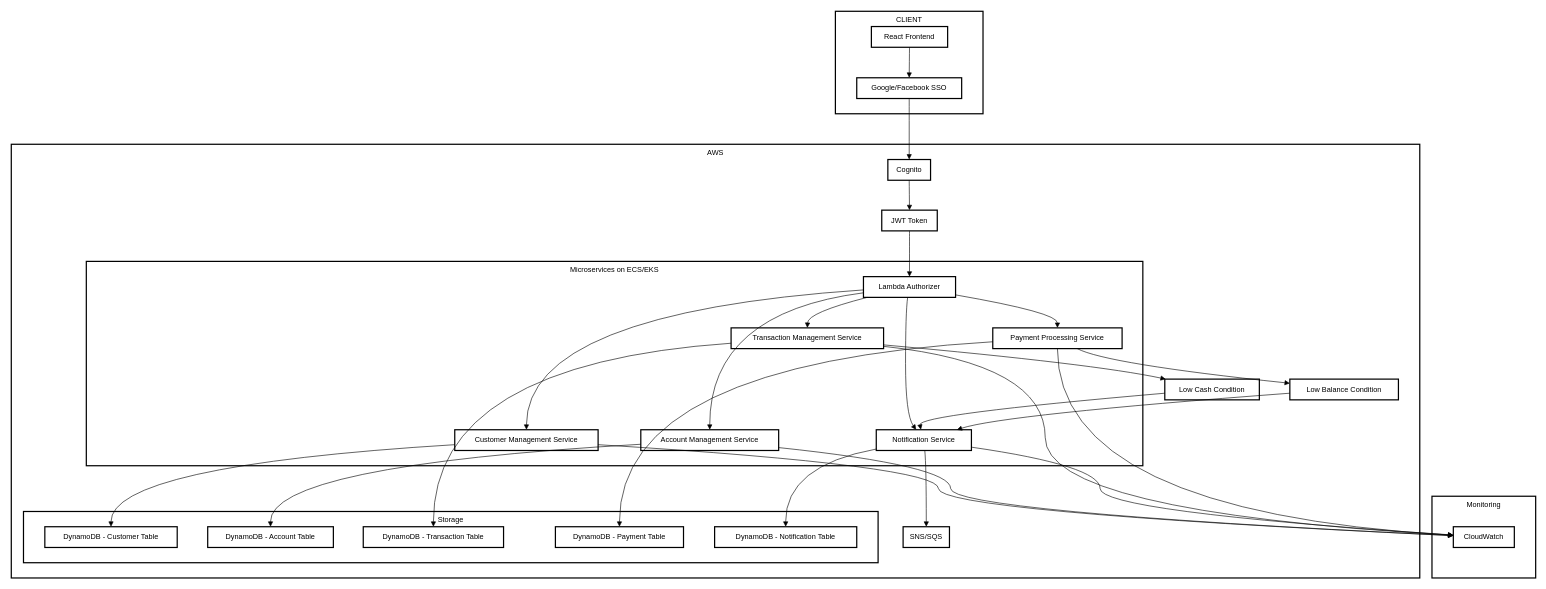
Earlier version of the draw.io diagram page "Page-4" (2 of 8) of AcmeBank-Oauth2.0.drawio (rajeevattu/starter-rest-api). Source tidied: cells renumbered, new cells numbered last; positions are measured from the earlier drawing's top-left corner, leaving out a move shared by most shapes. Both pictures are drawn from the tidied source at 61%, with x=0, y=0 at pixel (11, 11).
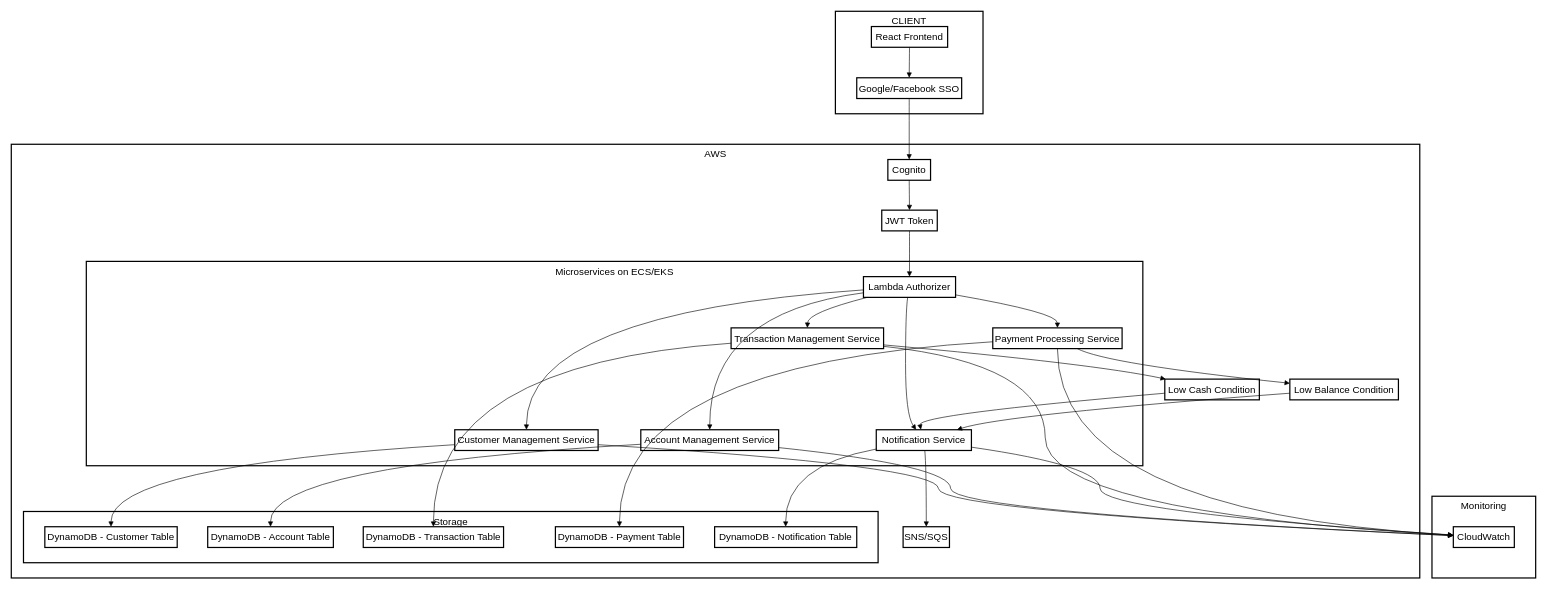
The same diagram, later.

Diff of the diagram source:
```diff
@@
-    <mxCell id="2" value="Monitoring" style="whiteSpace=wrap;strokeWidth=2;verticalAlign=top;" parent="1" vertex="1">
+    <mxCell id="2" value="Monitoring" style="whiteSpace=wrap;strokeWidth=2;verticalAlign=top;fontSize=16;" parent="1" vertex="1">
       <mxGeometry x="2329" y="795" width="170" height="134" as="geometry" />
     </mxCell>
-    <mxCell id="3" value="CloudWatch" style="whiteSpace=wrap;strokeWidth=2;" parent="1" vertex="1">
+    <mxCell id="3" value="CloudWatch" style="whiteSpace=wrap;strokeWidth=2;fontSize=16;" parent="1" vertex="1">
       <mxGeometry x="2364" y="845" width="100" height="34" as="geometry" />
     </mxCell>
-    <mxCell id="4" value="AWS" style="whiteSpace=wrap;strokeWidth=2;verticalAlign=top;" parent="1" vertex="1">
+    <mxCell id="4" value="AWS" style="whiteSpace=wrap;strokeWidth=2;verticalAlign=top;fontSize=16;" parent="1" vertex="1">
       <mxGeometry y="218" width="2309" height="711" as="geometry" />
     </mxCell>
-    <mxCell id="5" value="Cognito" style="whiteSpace=wrap;strokeWidth=2;" parent="1" vertex="1">
+    <mxCell id="5" value="Cognito" style="whiteSpace=wrap;strokeWidth=2;fontSize=16;" parent="1" vertex="1">
       <mxGeometry x="1437" y="243" width="70" height="34" as="geometry" />
     </mxCell>
-    <mxCell id="6" value="JWT Token" style="whiteSpace=wrap;strokeWidth=2;" parent="1" vertex="1">
+    <mxCell id="6" value="JWT Token" style="whiteSpace=wrap;strokeWidth=2;fontSize=16;" parent="1" vertex="1">
       <mxGeometry x="1427" y="326" width="91" height="34" as="geometry" />
     </mxCell>
-    <mxCell id="7" value="Microservices on ECS/EKS" style="whiteSpace=wrap;strokeWidth=2;verticalAlign=top;" parent="1" vertex="1">
+    <mxCell id="7" value="Microservices on ECS/EKS" style="whiteSpace=wrap;strokeWidth=2;verticalAlign=top;fontSize=16;" parent="1" vertex="1">
       <mxGeometry x="123" y="410" width="1732" height="335" as="geometry" />
     </mxCell>
-    <mxCell id="8" value="Storage" style="whiteSpace=wrap;strokeWidth=2;verticalAlign=top;" parent="1" vertex="1">
+    <mxCell id="8" value="Storage" style="whiteSpace=wrap;strokeWidth=2;verticalAlign=top;fontSize=16;" parent="1" vertex="1">
       <mxGeometry x="20" y="820" width="1401" height="84" as="geometry" />
     </mxCell>
-    <mxCell id="9" value="Low Cash Condition" style="whiteSpace=wrap;strokeWidth=2;" parent="1" vertex="1">
+    <mxCell id="9" value="Low Cash Condition" style="whiteSpace=wrap;strokeWidth=2;fontSize=16;" parent="1" vertex="1">
       <mxGeometry x="1891" y="603" width="155" height="34" as="geometry" />
     </mxCell>
-    <mxCell id="10" value="Low Balance Condition" style="whiteSpace=wrap;strokeWidth=2;" parent="1" vertex="1">
+    <mxCell id="10" value="Low Balance Condition" style="whiteSpace=wrap;strokeWidth=2;fontSize=16;" parent="1" vertex="1">
       <mxGeometry x="2096" y="603" width="178" height="34" as="geometry" />
     </mxCell>
-    <mxCell id="11" value="SNS/SQS" style="whiteSpace=wrap;strokeWidth=2;" parent="1" vertex="1">
+    <mxCell id="11" value="SNS/SQS" style="whiteSpace=wrap;strokeWidth=2;fontSize=16;" parent="1" vertex="1">
       <mxGeometry x="1462" y="845" width="76" height="34" as="geometry" />
     </mxCell>
-    <mxCell id="12" value="DynamoDB - Customer Table" style="whiteSpace=wrap;strokeWidth=2;" parent="1" vertex="1">
+    <mxCell id="12" value="DynamoDB - Customer Table" style="whiteSpace=wrap;strokeWidth=2;fontSize=16;" parent="1" vertex="1">
       <mxGeometry x="55" y="845" width="217" height="34" as="geometry" />
     </mxCell>
-    <mxCell id="13" value="DynamoDB - Account Table" style="whiteSpace=wrap;strokeWidth=2;" parent="1" vertex="1">
+    <mxCell id="13" value="DynamoDB - Account Table" style="whiteSpace=wrap;strokeWidth=2;fontSize=16;" parent="1" vertex="1">
       <mxGeometry x="322" y="845" width="206" height="34" as="geometry" />
     </mxCell>
-    <mxCell id="14" value="DynamoDB - Transaction Table" style="whiteSpace=wrap;strokeWidth=2;" parent="1" vertex="1">
+    <mxCell id="14" value="DynamoDB - Transaction Table" style="whiteSpace=wrap;strokeWidth=2;fontSize=16;" parent="1" vertex="1">
       <mxGeometry x="577" y="845" width="230" height="34" as="geometry" />
     </mxCell>
-    <mxCell id="15" value="DynamoDB - Payment Table" style="whiteSpace=wrap;strokeWidth=2;" parent="1" vertex="1">
+    <mxCell id="15" value="DynamoDB - Payment Table" style="whiteSpace=wrap;strokeWidth=2;fontSize=16;" parent="1" vertex="1">
       <mxGeometry x="892" y="845" width="210" height="34" as="geometry" />
     </mxCell>
-    <mxCell id="16" value="DynamoDB - Notification Table" style="whiteSpace=wrap;strokeWidth=2;" parent="1" vertex="1">
+    <mxCell id="16" value="DynamoDB - Notification Table" style="whiteSpace=wrap;strokeWidth=2;fontSize=16;" parent="1" vertex="1">
       <mxGeometry x="1153" y="845" width="233" height="34" as="geometry" />
     </mxCell>
-    <mxCell id="17" value="Customer Management Service" style="whiteSpace=wrap;strokeWidth=2;" parent="1" vertex="1">
+    <mxCell id="17" value="Customer Management Service" style="whiteSpace=wrap;strokeWidth=2;fontSize=16;" parent="1" vertex="1">
       <mxGeometry x="727" y="686" width="235" height="34" as="geometry" />
     </mxCell>
-    <mxCell id="18" value="Lambda Authorizer" style="whiteSpace=wrap;strokeWidth=2;" parent="1" vertex="1">
+    <mxCell id="18" value="Lambda Authorizer" style="whiteSpace=wrap;strokeWidth=2;fontSize=16;" parent="1" vertex="1">
       <mxGeometry x="1397" y="435" width="151" height="34" as="geometry" />
     </mxCell>
-    <mxCell id="19" value="Account Management Service" style="whiteSpace=wrap;strokeWidth=2;" parent="1" vertex="1">
+    <mxCell id="19" value="Account Management Service" style="whiteSpace=wrap;strokeWidth=2;fontSize=16;" parent="1" vertex="1">
       <mxGeometry x="1032" y="686" width="226" height="34" as="geometry" />
     </mxCell>
-    <mxCell id="20" value="Transaction Management Service" style="whiteSpace=wrap;strokeWidth=2;" parent="1" vertex="1">
+    <mxCell id="20" value="Transaction Management Service" style="whiteSpace=wrap;strokeWidth=2;fontSize=16;" parent="1" vertex="1">
       <mxGeometry x="1180" y="519" width="250" height="34" as="geometry" />
     </mxCell>
-    <mxCell id="21" value="Payment Processing Service" style="whiteSpace=wrap;strokeWidth=2;" parent="1" vertex="1">
+    <mxCell id="21" value="Payment Processing Service" style="whiteSpace=wrap;strokeWidth=2;fontSize=16;" parent="1" vertex="1">
       <mxGeometry x="1609" y="519" width="212" height="34" as="geometry" />
     </mxCell>
-    <mxCell id="22" value="Notification Service" style="whiteSpace=wrap;strokeWidth=2;" parent="1" vertex="1">
+    <mxCell id="22" value="Notification Service" style="whiteSpace=wrap;strokeWidth=2;fontSize=16;" parent="1" vertex="1">
       <mxGeometry x="1418" y="686" width="156" height="34" as="geometry" />
     </mxCell>
-    <mxCell id="23" value="CLIENT" style="whiteSpace=wrap;strokeWidth=2;verticalAlign=top;" parent="1" vertex="1">
+    <mxCell id="23" value="CLIENT" style="whiteSpace=wrap;strokeWidth=2;verticalAlign=top;fontSize=16;" parent="1" vertex="1">
       <mxGeometry x="1351" width="242" height="168" as="geometry" />
     </mxCell>
-    <mxCell id="24" value="Google/Facebook SSO" style="whiteSpace=wrap;strokeWidth=2;" parent="1" vertex="1">
+    <mxCell id="24" value="Google/Facebook SSO" style="whiteSpace=wrap;strokeWidth=2;fontSize=16;" parent="1" vertex="1">
       <mxGeometry x="1386" y="109" width="172" height="34" as="geometry" />
     </mxCell>
-    <mxCell id="25" value="React Frontend" style="whiteSpace=wrap;strokeWidth=2;" parent="1" vertex="1">
+    <mxCell id="25" value="React Frontend" style="whiteSpace=wrap;strokeWidth=2;fontSize=16;" parent="1" vertex="1">
       <mxGeometry x="1410" y="25" width="125" height="34" as="geometry" />
     </mxCell>
-    <mxCell id="26" style="curved=1;startArrow=none;endArrow=block;exitX=0.5;exitY=0.99;entryX=0.5;entryY=-0.01;rounded=0;" parent="1" edge="1" source="25" target="24">
+    <mxCell id="26" style="curved=1;startArrow=none;endArrow=block;exitX=0.5;exitY=0.99;entryX=0.5;entryY=-0.01;rounded=0;fontSize=16;" parent="1" edge="1" source="25" target="24">
       <mxGeometry relative="1" as="geometry" />
     </mxCell>
-    <mxCell id="27" style="curved=1;startArrow=none;endArrow=block;exitX=0.5;exitY=0.99;entryX=0.5;entryY=-0.01;rounded=0;" parent="1" edge="1" source="24" target="5">
+    <mxCell id="27" style="curved=1;startArrow=none;endArrow=block;exitX=0.5;exitY=0.99;entryX=0.5;entryY=-0.01;rounded=0;fontSize=16;" parent="1" edge="1" source="24" target="5">
       <mxGeometry relative="1" as="geometry" />
     </mxCell>
-    <mxCell id="28" style="curved=1;startArrow=none;endArrow=block;exitX=0.5;exitY=0.98;entryX=0.5;entryY=0.01;rounded=0;" parent="1" edge="1" source="5" target="6">
+    <mxCell id="28" style="curved=1;startArrow=none;endArrow=block;exitX=0.5;exitY=0.98;entryX=0.5;entryY=0.01;rounded=0;fontSize=16;" parent="1" edge="1" source="5" target="6">
       <mxGeometry relative="1" as="geometry" />
     </mxCell>
-    <mxCell id="29" style="curved=1;startArrow=none;endArrow=block;exitX=0.5;exitY=1;entryX=0.5;entryY=0;rounded=0;" parent="1" edge="1" source="6" target="18">
+    <mxCell id="29" style="curved=1;startArrow=none;endArrow=block;exitX=0.5;exitY=1;entryX=0.5;entryY=0;rounded=0;fontSize=16;" parent="1" edge="1" source="6" target="18">
       <mxGeometry relative="1" as="geometry" />
     </mxCell>
-    <mxCell id="30" style="curved=1;startArrow=none;endArrow=block;exitX=0;exitY=0.64;entryX=0.5;entryY=0.01;rounded=0;" parent="1" edge="1" source="18" target="17">
+    <mxCell id="30" style="curved=1;startArrow=none;endArrow=block;exitX=0;exitY=0.64;entryX=0.5;entryY=0.01;rounded=0;fontSize=16;" parent="1" edge="1" source="18" target="17">
       <mxGeometry relative="1" as="geometry">
         <Array as="points">
           <mxPoint x="845" y="494" />
         </Array>
       </mxGeometry>
     </mxCell>
-    <mxCell id="31" style="curved=1;startArrow=none;endArrow=block;exitX=0;exitY=0.78;entryX=0.5;entryY=0.01;rounded=0;" parent="1" edge="1" source="18" target="19">
+    <mxCell id="31" style="curved=1;startArrow=none;endArrow=block;exitX=0;exitY=0.78;entryX=0.5;entryY=0.01;rounded=0;fontSize=16;" parent="1" edge="1" source="18" target="19">
       <mxGeometry relative="1" as="geometry">
         <Array as="points">
           <mxPoint x="1145" y="494" />
         </Array>
       </mxGeometry>
     </mxCell>
-    <mxCell id="32" style="curved=1;startArrow=none;endArrow=block;exitX=0.05;exitY=0.99;entryX=0.5;entryY=-0.01;rounded=0;" parent="1" edge="1" source="18" target="20">
+    <mxCell id="32" style="curved=1;startArrow=none;endArrow=block;exitX=0.05;exitY=0.99;entryX=0.5;entryY=-0.01;rounded=0;fontSize=16;" parent="1" edge="1" source="18" target="20">
       <mxGeometry relative="1" as="geometry">
         <Array as="points">
           <mxPoint x="1306" y="494" />
         </Array>
       </mxGeometry>
     </mxCell>
-    <mxCell id="33" style="curved=1;startArrow=none;endArrow=block;exitX=1;exitY=0.88;entryX=0.5;entryY=-0.01;rounded=0;" parent="1" edge="1" source="18" target="21">
+    <mxCell id="33" style="curved=1;startArrow=none;endArrow=block;exitX=1;exitY=0.88;entryX=0.5;entryY=-0.01;rounded=0;fontSize=16;" parent="1" edge="1" source="18" target="21">
       <mxGeometry relative="1" as="geometry">
         <Array as="points">
           <mxPoint x="1715" y="494" />
         </Array>
       </mxGeometry>
     </mxCell>
-    <mxCell id="34" style="curved=1;startArrow=none;endArrow=block;exitX=0.48;exitY=0.99;entryX=0.42;entryY=0.01;rounded=0;" parent="1" edge="1" source="18" target="22">
+    <mxCell id="34" style="curved=1;startArrow=none;endArrow=block;exitX=0.48;exitY=0.99;entryX=0.42;entryY=0.01;rounded=0;fontSize=16;" parent="1" edge="1" source="18" target="22">
       <mxGeometry relative="1" as="geometry">
         <Array as="points">
           <mxPoint x="1466" y="494" />
           <mxPoint x="1466" y="661" />
         </Array>
       </mxGeometry>
     </mxCell>
-    <mxCell id="35" style="curved=1;startArrow=none;endArrow=block;exitX=0;exitY=0.72;entryX=0.5;entryY=0;rounded=0;" parent="1" edge="1" source="17" target="12">
+    <mxCell id="35" style="curved=1;startArrow=none;endArrow=block;exitX=0;exitY=0.72;entryX=0.5;entryY=0;rounded=0;fontSize=16;" parent="1" edge="1" source="17" target="12">
       <mxGeometry relative="1" as="geometry">
         <Array as="points">
           <mxPoint x="163" y="745" />
         </Array>
       </mxGeometry>
     </mxCell>
-    <mxCell id="36" style="curved=1;startArrow=none;endArrow=block;exitX=0;exitY=0.7;entryX=0.5;entryY=0;rounded=0;" parent="1" edge="1" source="19" target="13">
+    <mxCell id="36" style="curved=1;startArrow=none;endArrow=block;exitX=0;exitY=0.7;entryX=0.5;entryY=0;rounded=0;fontSize=16;" parent="1" edge="1" source="19" target="13">
       <mxGeometry relative="1" as="geometry">
         <Array as="points">
           <mxPoint x="424" y="745" />
         </Array>
       </mxGeometry>
     </mxCell>
-    <mxCell id="37" style="curved=1;startArrow=none;endArrow=block;exitX=0;exitY=0.74;entryX=0.5;entryY=0;rounded=0;" parent="1" edge="1" source="20" target="14">
+    <mxCell id="37" style="curved=1;startArrow=none;endArrow=block;exitX=0;exitY=0.74;entryX=0.5;entryY=0;rounded=0;fontSize=16;" parent="1" edge="1" source="20" target="14">
       <mxGeometry relative="1" as="geometry">
         <Array as="points">
           <mxPoint x="692" y="578" />
         </Array>
       </mxGeometry>
     </mxCell>
-    <mxCell id="38" style="curved=1;startArrow=none;endArrow=block;exitX=0;exitY=0.67;entryX=0.5;entryY=0;rounded=0;" parent="1" edge="1" source="21" target="15">
+    <mxCell id="38" style="curved=1;startArrow=none;endArrow=block;exitX=0;exitY=0.67;entryX=0.5;entryY=0;rounded=0;fontSize=16;" parent="1" edge="1" source="21" target="15">
       <mxGeometry relative="1" as="geometry">
         <Array as="points">
           <mxPoint x="997" y="578" />
         </Array>
       </mxGeometry>
     </mxCell>
-    <mxCell id="39" style="curved=1;startArrow=none;endArrow=block;exitX=0;exitY=0.93;entryX=0.5;entryY=0;rounded=0;" parent="1" edge="1" source="22" target="16">
+    <mxCell id="39" style="curved=1;startArrow=none;endArrow=block;exitX=0;exitY=0.93;entryX=0.5;entryY=0;rounded=0;fontSize=16;" parent="1" edge="1" source="22" target="16">
       <mxGeometry relative="1" as="geometry">
         <Array as="points">
           <mxPoint x="1269" y="745" />
         </Array>
       </mxGeometry>
     </mxCell>
-    <mxCell id="40" style="curved=1;startArrow=none;endArrow=block;exitX=1;exitY=0.82;entryX=0;entryY=-0.01;rounded=0;" parent="1" edge="1" source="20" target="9">
+    <mxCell id="40" style="curved=1;startArrow=none;endArrow=block;exitX=1;exitY=0.82;entryX=0;entryY=-0.01;rounded=0;fontSize=16;" parent="1" edge="1" source="20" target="9">
       <mxGeometry relative="1" as="geometry">
         <Array as="points">
           <mxPoint x="1775" y="578" />
         </Array>
       </mxGeometry>
     </mxCell>
-    <mxCell id="41" style="curved=1;startArrow=none;endArrow=block;exitX=0.65;exitY=0.99;entryX=0;entryY=0.2;rounded=0;" parent="1" edge="1" source="21" target="10">
+    <mxCell id="41" style="curved=1;startArrow=none;endArrow=block;exitX=0.65;exitY=0.99;entryX=0;entryY=0.2;rounded=0;fontSize=16;" parent="1" edge="1" source="21" target="10">
       <mxGeometry relative="1" as="geometry">
         <Array as="points">
           <mxPoint x="1795" y="578" />
         </Array>
       </mxGeometry>
     </mxCell>
-    <mxCell id="42" style="curved=1;startArrow=none;endArrow=block;exitX=0;exitY=0.68;entryX=0.47;entryY=0.01;rounded=0;" parent="1" edge="1" source="9" target="22">
+    <mxCell id="42" style="curved=1;startArrow=none;endArrow=block;exitX=0;exitY=0.68;entryX=0.47;entryY=0.01;rounded=0;fontSize=16;" parent="1" edge="1" source="9" target="22">
       <mxGeometry relative="1" as="geometry">
         <Array as="points">
           <mxPoint x="1486" y="661" />
         </Array>
       </mxGeometry>
     </mxCell>
-    <mxCell id="43" style="curved=1;startArrow=none;endArrow=block;exitX=0;exitY=0.68;entryX=0.84;entryY=0.01;rounded=0;" parent="1" edge="1" source="10" target="22">
+    <mxCell id="43" style="curved=1;startArrow=none;endArrow=block;exitX=0;exitY=0.68;entryX=0.84;entryY=0.01;rounded=0;fontSize=16;" parent="1" edge="1" source="10" target="22">
       <mxGeometry relative="1" as="geometry">
         <Array as="points">
           <mxPoint x="1628" y="661" />
         </Array>
       </mxGeometry>
     </mxCell>
-    <mxCell id="44" style="curved=1;startArrow=none;endArrow=block;exitX=0.51;exitY=1;entryX=0.5;entryY=0;rounded=0;" parent="1" edge="1" source="22" target="11">
+    <mxCell id="44" style="curved=1;startArrow=none;endArrow=block;exitX=0.51;exitY=1;entryX=0.5;entryY=0;rounded=0;fontSize=16;" parent="1" edge="1" source="22" target="11">
       <mxGeometry relative="1" as="geometry">
         <Array as="points">
           <mxPoint x="1500" y="745" />
         </Array>
       </mxGeometry>
     </mxCell>
-    <mxCell id="45" style="curved=1;startArrow=none;endArrow=block;exitX=1;exitY=0.72;entryX=0;entryY=0.43;rounded=0;" parent="1" edge="1" source="17" target="3">
+    <mxCell id="45" style="curved=1;startArrow=none;endArrow=block;exitX=1;exitY=0.72;entryX=0;entryY=0.43;rounded=0;fontSize=16;" parent="1" edge="1" source="17" target="3">
       <mxGeometry relative="1" as="geometry">
         <Array as="points">
           <mxPoint x="1520" y="745" />
           <mxPoint x="1520" y="820" />
         </Array>
       </mxGeometry>
     </mxCell>
-    <mxCell id="46" style="curved=1;startArrow=none;endArrow=block;exitX=1;exitY=0.86;entryX=0;entryY=0.43;rounded=0;" parent="1" edge="1" source="19" target="3">
+    <mxCell id="46" style="curved=1;startArrow=none;endArrow=block;exitX=1;exitY=0.86;entryX=0;entryY=0.43;rounded=0;fontSize=16;" parent="1" edge="1" source="19" target="3">
       <mxGeometry relative="1" as="geometry">
         <Array as="points">
           <mxPoint x="1540" y="745" />
           <mxPoint x="1540" y="820" />
         </Array>
       </mxGeometry>
     </mxCell>
-    <mxCell id="47" style="curved=1;startArrow=none;endArrow=block;exitX=1;exitY=0.89;entryX=0;entryY=0.41;rounded=0;" parent="1" edge="1" source="20" target="3">
+    <mxCell id="47" style="curved=1;startArrow=none;endArrow=block;exitX=1;exitY=0.89;entryX=0;entryY=0.41;rounded=0;fontSize=16;" parent="1" edge="1" source="20" target="3">
       <mxGeometry relative="1" as="geometry">
         <Array as="points">
           <mxPoint x="1695" y="578" />
           <mxPoint x="1695" y="820" />
         </Array>
       </mxGeometry>
     </mxCell>
-    <mxCell id="48" style="curved=1;startArrow=none;endArrow=block;exitX=0.5;exitY=0.99;entryX=0;entryY=0.41;rounded=0;" parent="1" edge="1" source="21" target="3">
+    <mxCell id="48" style="curved=1;startArrow=none;endArrow=block;exitX=0.5;exitY=0.99;entryX=0;entryY=0.41;rounded=0;fontSize=16;" parent="1" edge="1" source="21" target="3">
       <mxGeometry relative="1" as="geometry">
         <Array as="points">
           <mxPoint x="1715" y="820" />
         </Array>
       </mxGeometry>
     </mxCell>
-    <mxCell id="49" style="curved=1;startArrow=none;endArrow=block;exitX=1;exitY=0.84;entryX=0;entryY=0.4;rounded=0;" parent="1" edge="1" source="22" target="3">
+    <mxCell id="49" style="curved=1;startArrow=none;endArrow=block;exitX=1;exitY=0.84;entryX=0;entryY=0.4;rounded=0;fontSize=16;" parent="1" edge="1" source="22" target="3">
       <mxGeometry relative="1" as="geometry">
         <Array as="points">
           <mxPoint x="1785" y="745" />
           <mxPoint x="1785" y="820" />
         </Array>
       </mxGeometry>
     </mxCell>
```
